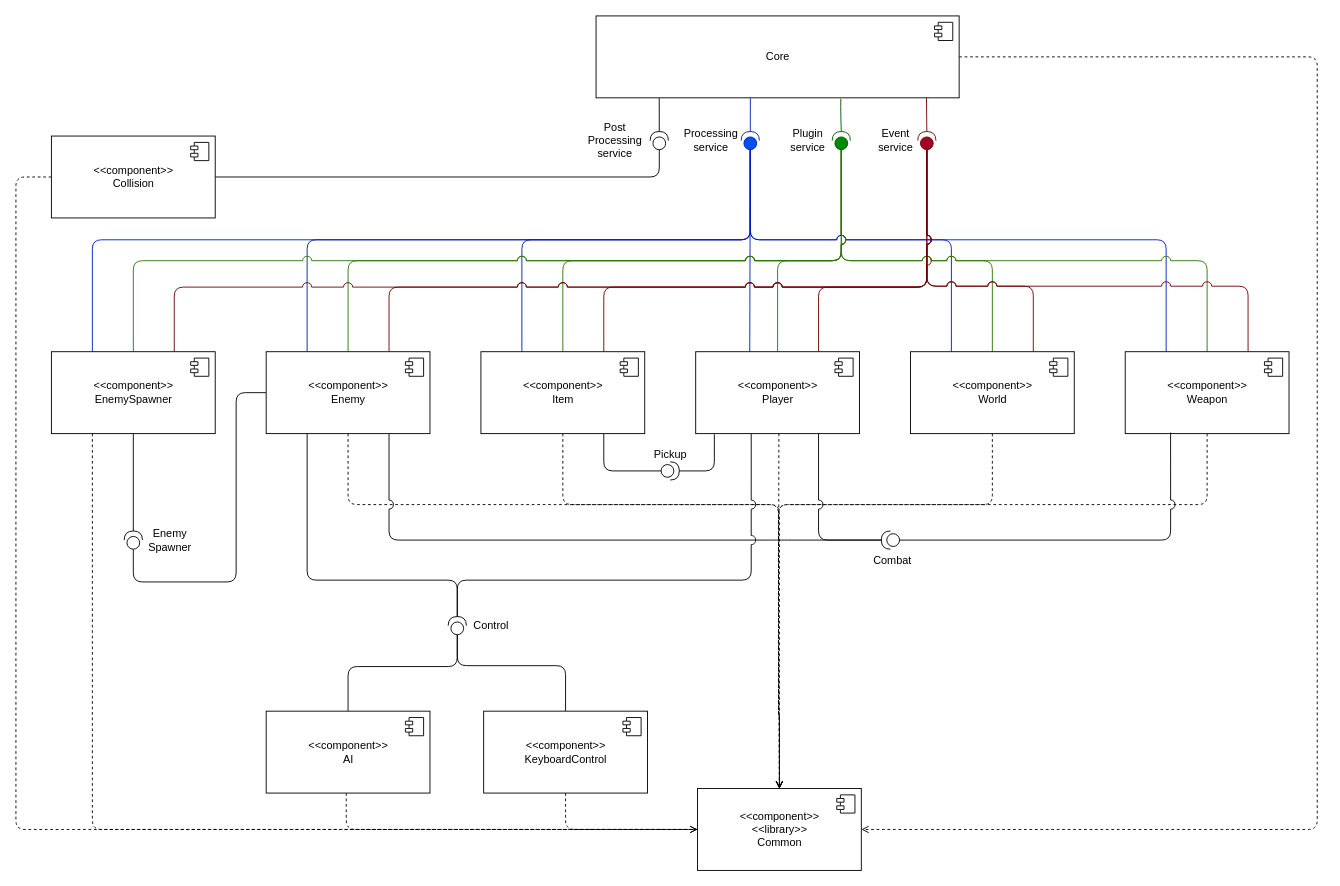
Above: docs/diagrams/components.drawio in sesem4/Nelda (draw.io), before the change. Source tidied: cells renumbered, new cells numbered last; positions are measured from the earlier drawing's top-left corner, leaving out a move shared by most shapes. Both pictures are drawn from the tidied source at 91%, with x=0, y=0 at pixel (15, 15).
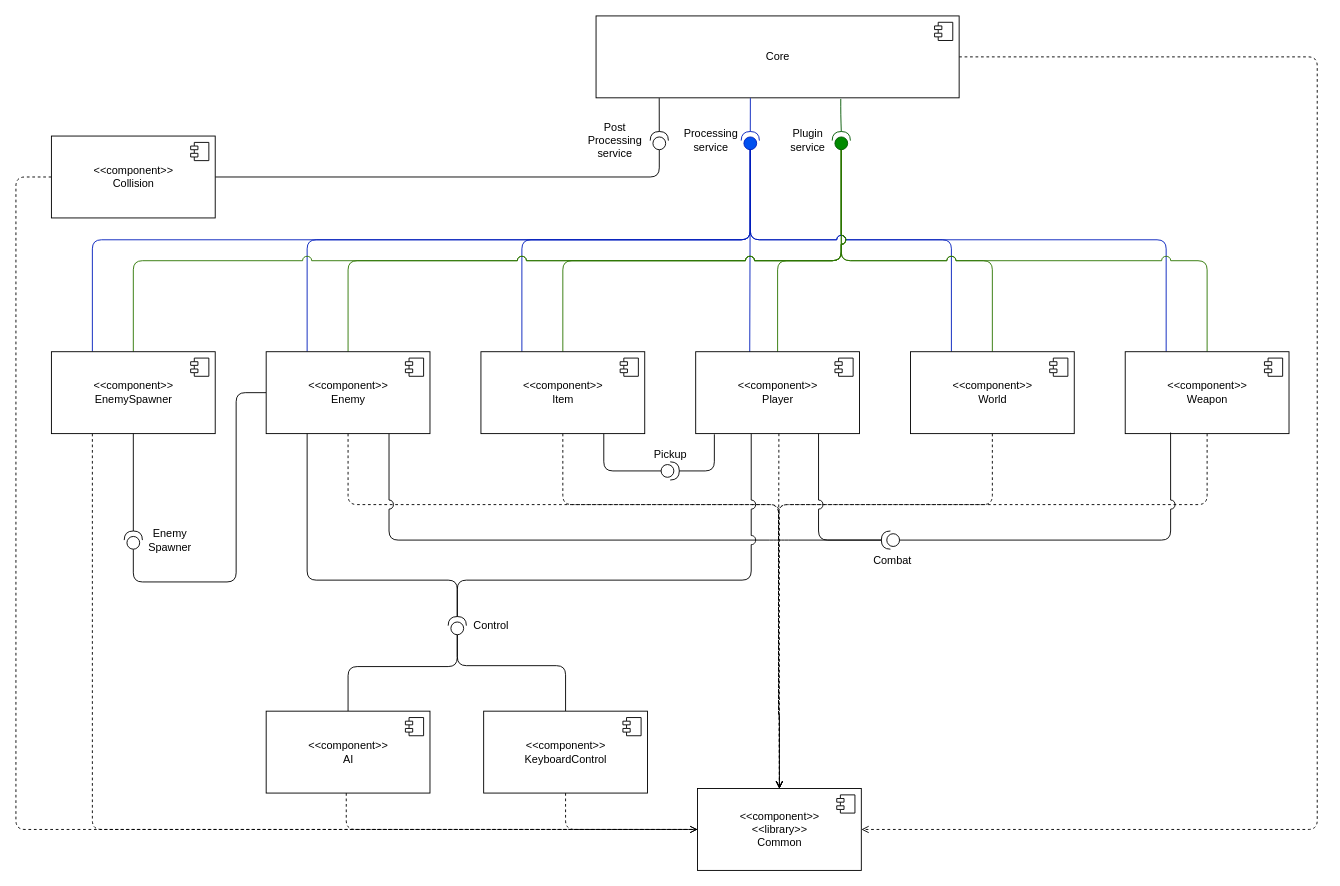
The same page after the edit.

Commit message (it also covers changes not shown here):
Added event observer system design

The change refers to these unchanged cells:
```xml
<mxCell id="4" value="Core" style="html=1;" parent="1" vertex="1">
  <mxGeometry x="637.5" width="399" height="90" as="geometry" />
</mxCell>
<mxCell id="10" value="&amp;lt;&amp;lt;component&amp;gt;&amp;gt;&lt;br&gt;Player" style="html=1;" parent="1" vertex="1">
  <mxGeometry x="747" y="369" width="180" height="90" as="geometry" />
</mxCell>
<mxCell id="19" value="&amp;lt;&amp;lt;component&amp;gt;&amp;gt;&lt;br&gt;Item" style="html=1;" parent="1" vertex="1">
  <mxGeometry x="511" y="369" width="180" height="90" as="geometry" />
</mxCell>
<mxCell id="25" value="&amp;lt;&amp;lt;component&amp;gt;&amp;gt;&lt;br&gt;World" style="html=1;" parent="1" vertex="1">
  <mxGeometry x="983" y="369" width="180" height="90" as="geometry" />
</mxCell>
<mxCell id="31" value="&amp;lt;&amp;lt;component&amp;gt;&amp;gt;&lt;br&gt;Weapon" style="html=1;" parent="1" vertex="1">
  <mxGeometry x="1219" y="369" width="180" height="90" as="geometry" />
</mxCell>
<mxCell id="40" value="&amp;lt;&amp;lt;component&amp;gt;&amp;gt;&lt;br&gt;Enemy" style="html=1;" parent="1" vertex="1">
  <mxGeometry x="275" y="369" width="180" height="90" as="geometry" />
</mxCell>
<mxCell id="69" value="&amp;lt;&amp;lt;component&amp;gt;&amp;gt;&lt;br&gt;EnemySpawner" style="html=1;" parent="1" vertex="1">
  <mxGeometry x="39" y="369" width="180" height="90" as="geometry" />
</mxCell>
```

What changed in the source:
```diff
@@
-    <mxCell id="9" style="edgeStyle=orthogonalEdgeStyle;jumpStyle=arc;jumpSize=10;html=1;exitX=0.75;exitY=0;exitDx=0;exitDy=0;entryX=0;entryY=0.5;entryDx=0;entryDy=0;entryPerimeter=0;endArrow=none;endFill=0;fillColor=#a20025;strokeColor=#6F0000;" parent="1" edge="1" source="10" target="75">
-      <mxGeometry relative="1" as="geometry">
-        <Array as="points">
-          <mxPoint x="882" y="298" />
-          <mxPoint x="1001" y="298" />
-        </Array>
-      </mxGeometry>
-    </mxCell>
@@
-    <mxCell id="17" style="edgeStyle=orthogonalEdgeStyle;jumpStyle=arc;jumpSize=10;html=1;exitX=0.75;exitY=0;exitDx=0;exitDy=0;entryX=0;entryY=0.5;entryDx=0;entryDy=0;entryPerimeter=0;endArrow=none;endFill=0;fillColor=#a20025;strokeColor=#6F0000;" parent="1" edge="1" source="19" target="75">
-      <mxGeometry relative="1" as="geometry">
-        <Array as="points">
-          <mxPoint x="646" y="298" />
-          <mxPoint x="1001" y="298" />
-        </Array>
-      </mxGeometry>
-    </mxCell>
@@
-    <mxCell id="24" style="edgeStyle=orthogonalEdgeStyle;jumpStyle=arc;jumpSize=10;html=1;exitX=0.75;exitY=0;exitDx=0;exitDy=0;entryX=0;entryY=0.5;entryDx=0;entryDy=0;entryPerimeter=0;endArrow=none;endFill=0;fillColor=#a20025;strokeColor=#6F0000;" parent="1" edge="1" source="25" target="75">
-      <mxGeometry relative="1" as="geometry">
-        <Array as="points">
-          <mxPoint x="1118" y="297" />
-          <mxPoint x="1001" y="297" />
-        </Array>
-      </mxGeometry>
-    </mxCell>
@@
-    <mxCell id="30" style="edgeStyle=orthogonalEdgeStyle;jumpStyle=arc;jumpSize=10;html=1;exitX=0.75;exitY=0;exitDx=0;exitDy=0;entryX=0;entryY=0.5;entryDx=0;entryDy=0;entryPerimeter=0;endArrow=none;endFill=0;fillColor=#a20025;strokeColor=#6F0000;" parent="1" edge="1" source="31" target="75">
-      <mxGeometry relative="1" as="geometry">
-        <Array as="points">
-          <mxPoint x="1354" y="297" />
-          <mxPoint x="1001" y="297" />
-        </Array>
-      </mxGeometry>
-    </mxCell>
@@
-    <mxCell id="38" style="edgeStyle=orthogonalEdgeStyle;jumpStyle=arc;jumpSize=10;html=1;exitX=0.75;exitY=0;exitDx=0;exitDy=0;entryX=0;entryY=0.5;entryDx=0;entryDy=0;entryPerimeter=0;endArrow=none;endFill=0;fillColor=#a20025;strokeColor=#6F0000;" parent="1" edge="1" source="40" target="75">
-      <mxGeometry relative="1" as="geometry">
-        <Array as="points">
-          <mxPoint x="410" y="298" />
-          <mxPoint x="1001" y="298" />
-        </Array>
-      </mxGeometry>
-    </mxCell>
@@
-    <mxCell id="68" style="edgeStyle=orthogonalEdgeStyle;jumpStyle=arc;jumpSize=10;html=1;exitX=0.75;exitY=0;exitDx=0;exitDy=0;entryX=0;entryY=0.5;entryDx=0;entryDy=0;entryPerimeter=0;endArrow=none;endFill=0;fillColor=#a20025;strokeColor=#6F0000;" parent="1" edge="1" source="69" target="75">
-      <mxGeometry relative="1" as="geometry">
-        <Array as="points">
-          <mxPoint x="174" y="298" />
-          <mxPoint x="1001" y="298" />
-        </Array>
-      </mxGeometry>
-    </mxCell>
@@
-    <mxCell id="74" style="edgeStyle=orthogonalEdgeStyle;jumpStyle=arc;jumpSize=10;html=1;entryX=0.91;entryY=0.998;entryDx=0;entryDy=0;entryPerimeter=0;endArrow=none;endFill=0;fillColor=#a20025;strokeColor=#6F0000;" parent="1" edge="1" source="75" target="4">
-      <mxGeometry relative="1" as="geometry" />
-    </mxCell>
-    <mxCell id="75" style="shape=providedRequiredInterface;html=1;verticalLabelPosition=bottom;sketch=0;rotation=-90;fillColor=#a20025;fontColor=#ffffff;strokeColor=#6F0000;" parent="1" vertex="1">
-      <mxGeometry x="991" y="127" width="20" height="20" as="geometry" />
-    </mxCell>
-    <mxCell id="76" value="Event service" style="text;html=1;strokeColor=none;fillColor=none;align=center;verticalAlign=middle;whiteSpace=wrap;rounded=0;" parent="1" vertex="1">
-      <mxGeometry x="930" y="117.5" width="74" height="39" as="geometry" />
-    </mxCell>
```
